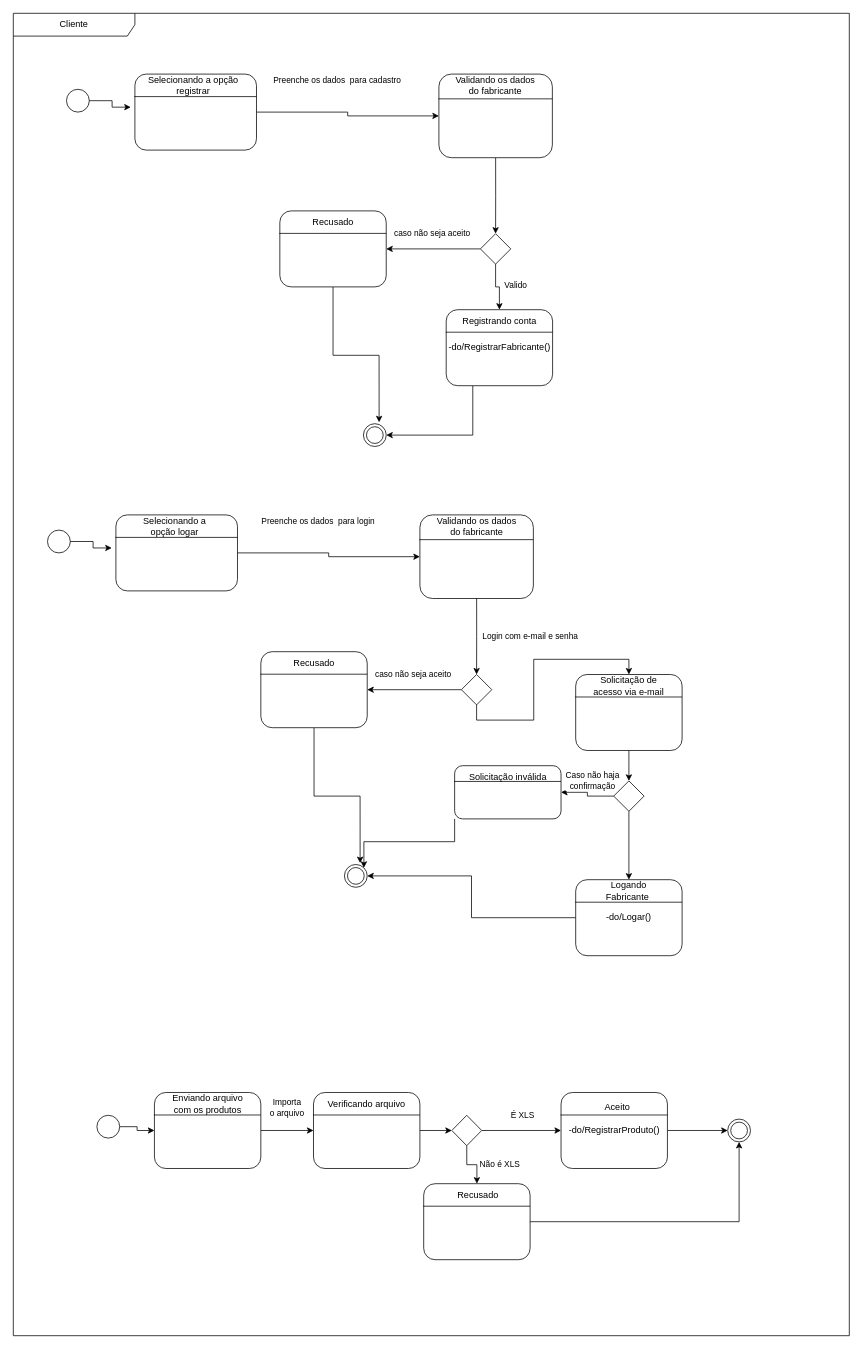
Before: Fabricante.drawio in PedroAP2/Projeto-EngenhariaDaComputacao, a draw.io diagram. Source tidied: cells renumbered, new cells numbered last; positions are measured from the earlier drawing's top-left corner, leaving out a move shared by most shapes. Both pictures are drawn from the tidied source at 76%, with x=0, y=0 at pixel (13, 13).
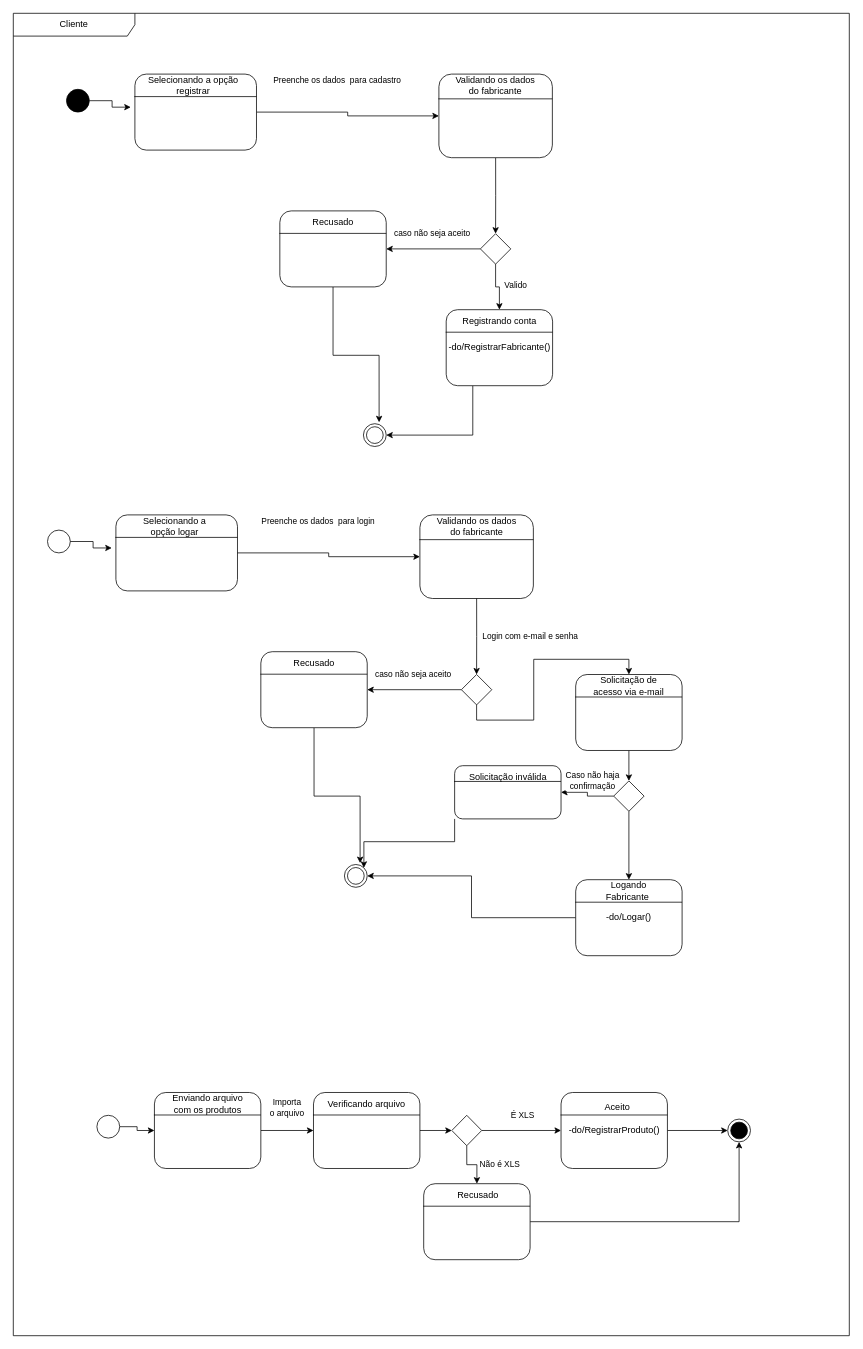
The same diagram, later.

Unchanged cells that the change refers to:
```xml
<mxCell id="2" value="Cliente" style="shape=umlFrame;whiteSpace=wrap;html=1;width=160;" parent="1" vertex="1">
  <mxGeometry width="1100" height="1740" as="geometry" />
</mxCell>
```

Diff of the diagram source:
```diff
@@
-    <mxCell id="3" style="ellipse;html=1;" parent="2" vertex="1">
+    <mxCell id="3" style="ellipse;html=1;fillColor=#000000;" parent="2" vertex="1">
       <mxGeometry x="70" y="100" width="30" height="30" as="geometry" />
     </mxCell>
@@
-    <mxCell id="58" style="ellipse;html=1;shape=endState;" parent="2" vertex="1">
+    <mxCell id="58" style="ellipse;html=1;shape=endState;fillColor=#000000;" parent="2" vertex="1">
       <mxGeometry x="940" y="1455" width="30" height="30" as="geometry" />
     </mxCell>
```
